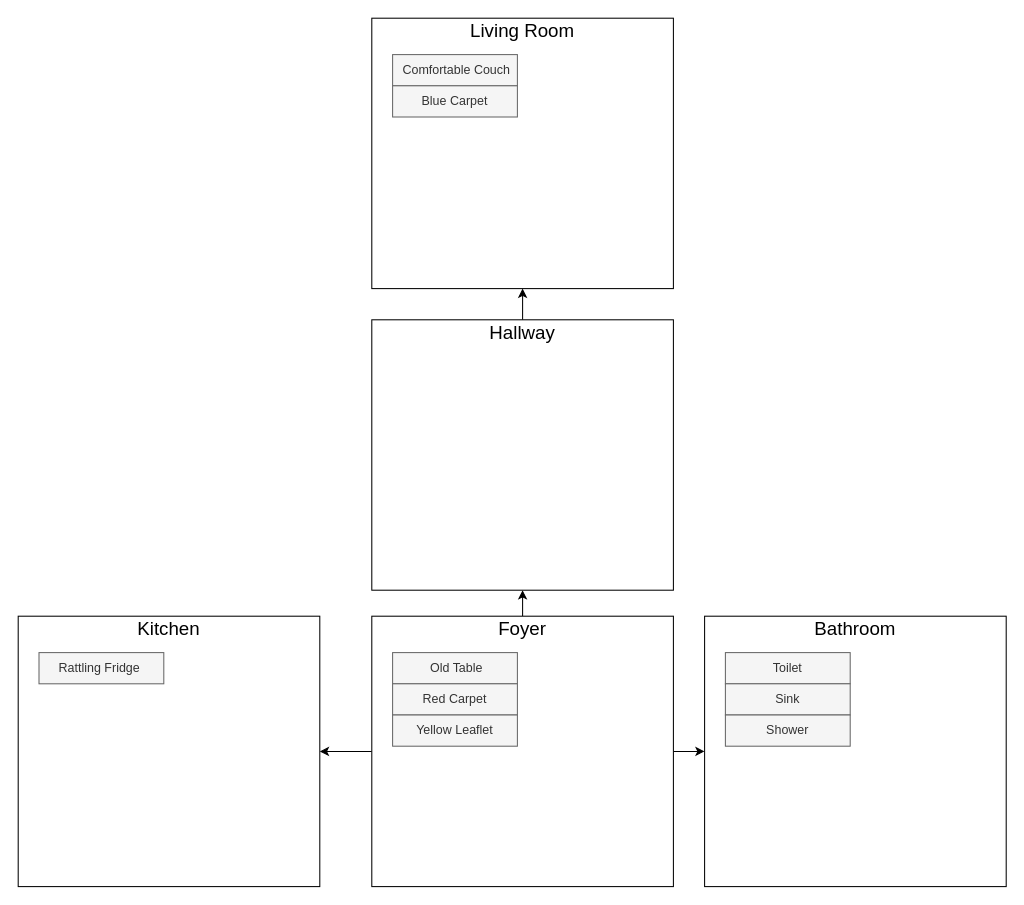
Earlier version of the draw.io diagram ressources/Map.drawio (CribberSix/finding_earl_minigame). Source tidied: cells renumbered, new cells numbered last; positions are measured from the earlier drawing's top-left corner, leaving out a move shared by most shapes. Both pictures are drawn from the tidied source at 104%, with x=0, y=0 at pixel (18, 18).
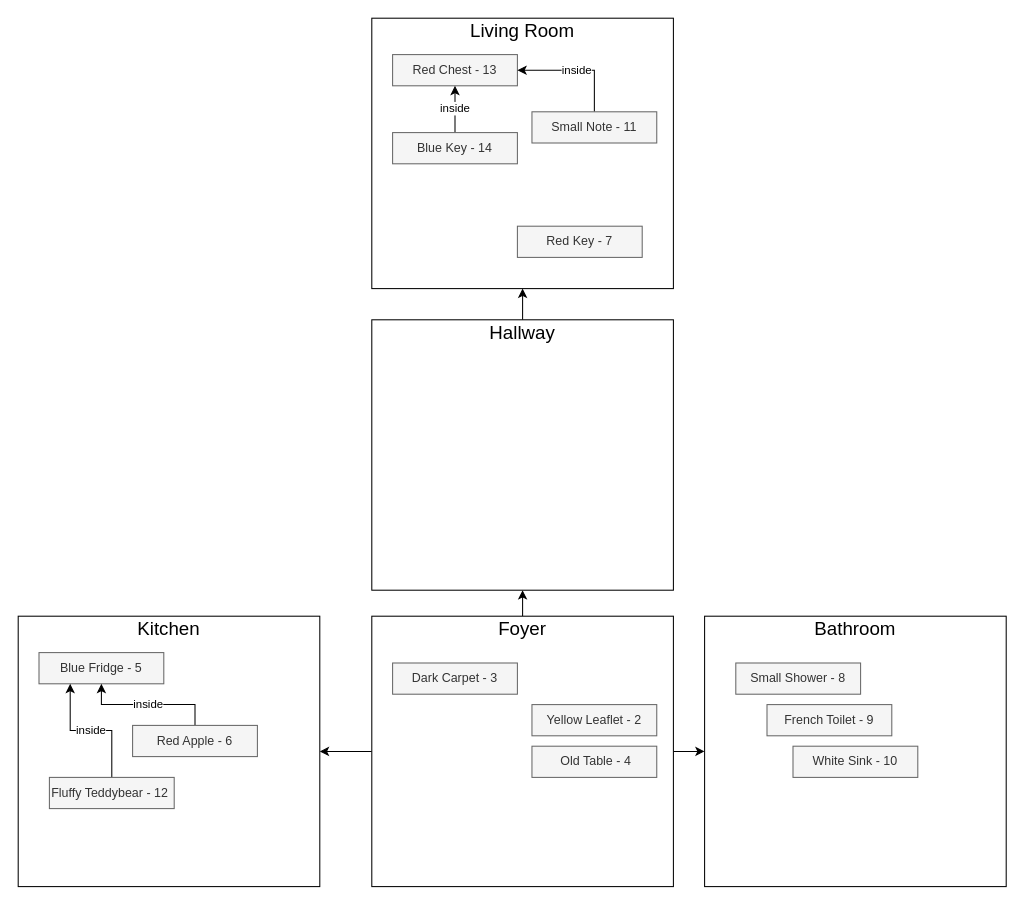
The same page after the edit.

What changed in the source:
```diff
@@
-    <mxCell id="6" value="&amp;nbsp;Old Table" style="rounded=0;whiteSpace=wrap;html=1;fillColor=#f5f5f5;strokeColor=#666666;fontColor=#333333;" parent="1" vertex="1">
-      <mxGeometry x="360" y="610" width="120" height="30" as="geometry" />
+    <mxCell id="6" value="&amp;nbsp;Old Table - 4" style="rounded=0;whiteSpace=wrap;html=1;fillColor=#f5f5f5;strokeColor=#666666;fontColor=#333333;" parent="1" vertex="1">
+      <mxGeometry x="494" y="700" width="120" height="30" as="geometry" />
     </mxCell>
@@
-    <mxCell id="8" value="Red Carpet" style="rounded=0;whiteSpace=wrap;html=1;fillColor=#f5f5f5;strokeColor=#666666;fontColor=#333333;" parent="1" vertex="1">
-      <mxGeometry x="360" y="640" width="120" height="30" as="geometry" />
+    <mxCell id="8" value="Dark Carpet - 3" style="rounded=0;whiteSpace=wrap;html=1;fillColor=#f5f5f5;strokeColor=#666666;fontColor=#333333;" parent="1" vertex="1">
+      <mxGeometry x="360" y="620" width="120" height="30" as="geometry" />
     </mxCell>
@@
-    <mxCell id="10" value="Rattling Fridge&amp;nbsp;" style="rounded=0;whiteSpace=wrap;html=1;fillColor=#f5f5f5;strokeColor=#666666;fontColor=#333333;" parent="1" vertex="1">
+    <mxCell id="10" value="Blue Fridge - 5" style="rounded=0;whiteSpace=wrap;html=1;fillColor=#f5f5f5;strokeColor=#666666;fontColor=#333333;" parent="1" vertex="1">
       <mxGeometry x="20" y="610" width="120" height="30" as="geometry" />
     </mxCell>
@@
-    <mxCell id="12" value="Yellow Leaflet" style="rounded=0;whiteSpace=wrap;html=1;fillColor=#f5f5f5;strokeColor=#666666;fontColor=#333333;" parent="1" vertex="1">
-      <mxGeometry x="360" y="670" width="120" height="30" as="geometry" />
+    <mxCell id="12" value="Yellow Leaflet - 2" style="rounded=0;whiteSpace=wrap;html=1;fillColor=#f5f5f5;strokeColor=#666666;fontColor=#333333;" parent="1" vertex="1">
+      <mxGeometry x="494" y="660" width="120" height="30" as="geometry" />
     </mxCell>
@@
-    <mxCell id="17" value="Toilet" style="rounded=0;whiteSpace=wrap;html=1;fillColor=#f5f5f5;strokeColor=#666666;fontColor=#333333;" parent="1" vertex="1">
-      <mxGeometry x="680" y="610" width="120" height="30" as="geometry" />
+    <mxCell id="17" value="French Toilet - 9" style="rounded=0;whiteSpace=wrap;html=1;fillColor=#f5f5f5;strokeColor=#666666;fontColor=#333333;" parent="1" vertex="1">
+      <mxGeometry x="720" y="660" width="120" height="30" as="geometry" />
     </mxCell>
@@
-    <mxCell id="19" value="Sink" style="rounded=0;whiteSpace=wrap;html=1;fillColor=#f5f5f5;strokeColor=#666666;fontColor=#333333;" parent="1" vertex="1">
-      <mxGeometry x="680" y="640" width="120" height="30" as="geometry" />
+    <mxCell id="19" value="White Sink - 10" style="rounded=0;whiteSpace=wrap;html=1;fillColor=#f5f5f5;strokeColor=#666666;fontColor=#333333;" parent="1" vertex="1">
+      <mxGeometry x="745" y="700" width="120" height="30" as="geometry" />
     </mxCell>
-    <mxCell id="20" value="Shower" style="rounded=0;whiteSpace=wrap;html=1;fillColor=#f5f5f5;strokeColor=#666666;fontColor=#333333;" parent="1" vertex="1">
-      <mxGeometry x="680" y="670" width="120" height="30" as="geometry" />
+    <mxCell id="20" value="Small Shower - 8" style="rounded=0;whiteSpace=wrap;html=1;fillColor=#f5f5f5;strokeColor=#666666;fontColor=#333333;" parent="1" vertex="1">
+      <mxGeometry x="690" y="620" width="120" height="30" as="geometry" />
     </mxCell>
@@
-    <mxCell id="22" value="&amp;nbsp;Comfortable Couch" style="rounded=0;whiteSpace=wrap;html=1;fillColor=#f5f5f5;strokeColor=#666666;fontColor=#333333;" parent="1" vertex="1">
+    <mxCell id="22" value="Red Chest - 13" style="rounded=0;whiteSpace=wrap;html=1;fillColor=#f5f5f5;strokeColor=#666666;fontColor=#333333;" parent="1" vertex="1">
       <mxGeometry x="360" y="35" width="120" height="30" as="geometry" />
     </mxCell>
@@
+    <mxCell id="25" value="inside" style="edgeStyle=orthogonalEdgeStyle;rounded=0;jettySize=auto;html=1;entryX=0.5;entryY=1;entryDx=0;entryDy=0;labelBackgroundColor=#ffffff;" parent="1" edge="1" source="24" target="22">
+      <mxGeometry relative="1" as="geometry" />
+    </mxCell>
-    <mxCell id="24" value="Blue Carpet" style="rounded=0;whiteSpace=wrap;html=1;fillColor=#f5f5f5;strokeColor=#666666;fontColor=#333333;" parent="1" vertex="1">
-      <mxGeometry x="360" y="65" width="120" height="30" as="geometry" />
+    <mxCell id="24" value="Blue Key - 14" style="rounded=0;whiteSpace=wrap;html=1;fillColor=#f5f5f5;strokeColor=#666666;fontColor=#333333;" parent="1" vertex="1">
+      <mxGeometry x="360" y="110" width="120" height="30" as="geometry" />
     </mxCell>
+    <mxCell id="26" value="inside" style="edgeStyle=orthogonalEdgeStyle;rounded=0;jettySize=auto;html=1;entryX=1;entryY=0.5;entryDx=0;entryDy=0;labelBackgroundColor=#ffffff;exitX=0.5;exitY=0;exitDx=0;exitDy=0;" parent="1" edge="1" source="27" target="22">
+      <mxGeometry relative="1" as="geometry" />
+    </mxCell>
+    <mxCell id="27" value="Small Note - 11" style="rounded=0;whiteSpace=wrap;html=1;fillColor=#f5f5f5;strokeColor=#666666;fontColor=#333333;" parent="1" vertex="1">
+      <mxGeometry x="494" y="90" width="120" height="30" as="geometry" />
+    </mxCell>
+    <mxCell id="28" value="Red Key - 7" style="rounded=0;whiteSpace=wrap;html=1;fillColor=#f5f5f5;strokeColor=#666666;fontColor=#333333;" parent="1" vertex="1">
+      <mxGeometry x="480" y="200" width="120" height="30" as="geometry" />
+    </mxCell>
+    <mxCell id="29" value="inside" style="edgeStyle=orthogonalEdgeStyle;rounded=0;jettySize=auto;html=1;labelBackgroundColor=#ffffff;" parent="1" edge="1" source="30" target="10">
+      <mxGeometry relative="1" as="geometry" />
+    </mxCell>
+    <mxCell id="30" value="Red Apple - 6" style="rounded=0;whiteSpace=wrap;html=1;fillColor=#f5f5f5;strokeColor=#666666;fontColor=#333333;" parent="1" vertex="1">
+      <mxGeometry x="110" y="680" width="120" height="30" as="geometry" />
+    </mxCell>
+    <mxCell id="31" value="inside" style="edgeStyle=orthogonalEdgeStyle;rounded=0;jettySize=auto;html=1;entryX=0.25;entryY=1;entryDx=0;entryDy=0;labelBackgroundColor=#ffffff;" parent="1" edge="1" source="32" target="10">
+      <mxGeometry relative="1" as="geometry" />
+    </mxCell>
+    <mxCell id="32" value="Fluffy Teddybear - 12&amp;nbsp;" style="rounded=0;whiteSpace=wrap;html=1;fillColor=#f5f5f5;strokeColor=#666666;fontColor=#333333;" parent="1" vertex="1">
+      <mxGeometry x="30" y="730" width="120" height="30" as="geometry" />
+    </mxCell>
```
